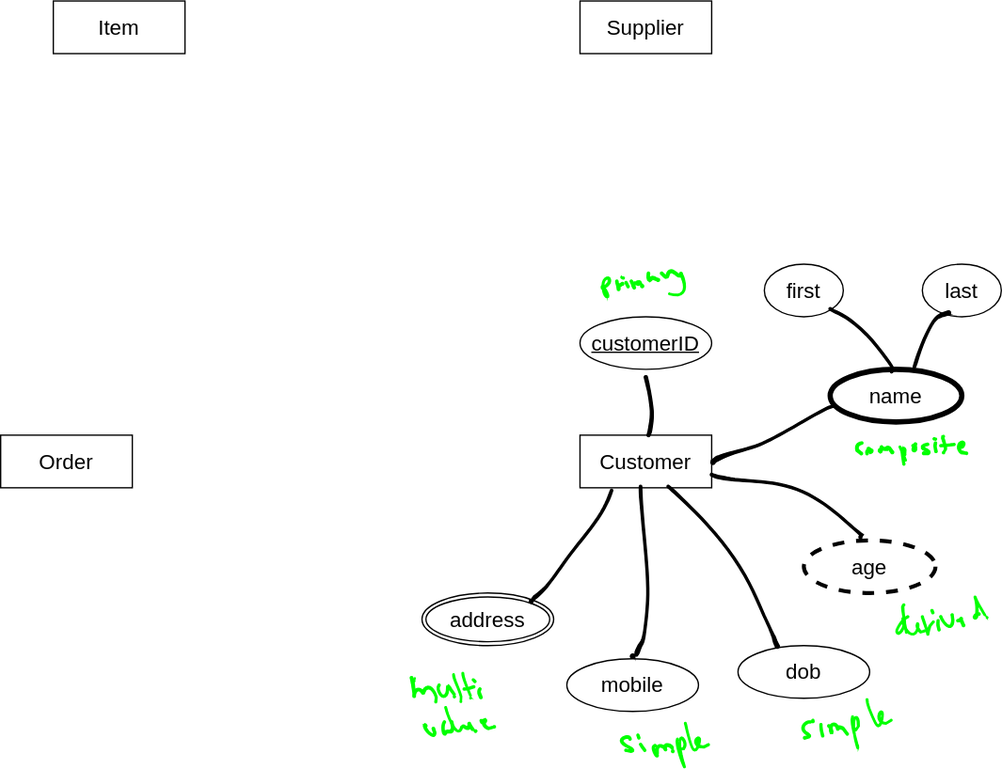
The draw.io diagram ERD Example.drawio.svg in usupun/Database_Managment_System-tutoril-, before a commit. Source tidied: cells renumbered, new cells last; positions are measured from the earlier drawing's top-left corner, leaving out a move shared by most shapes.
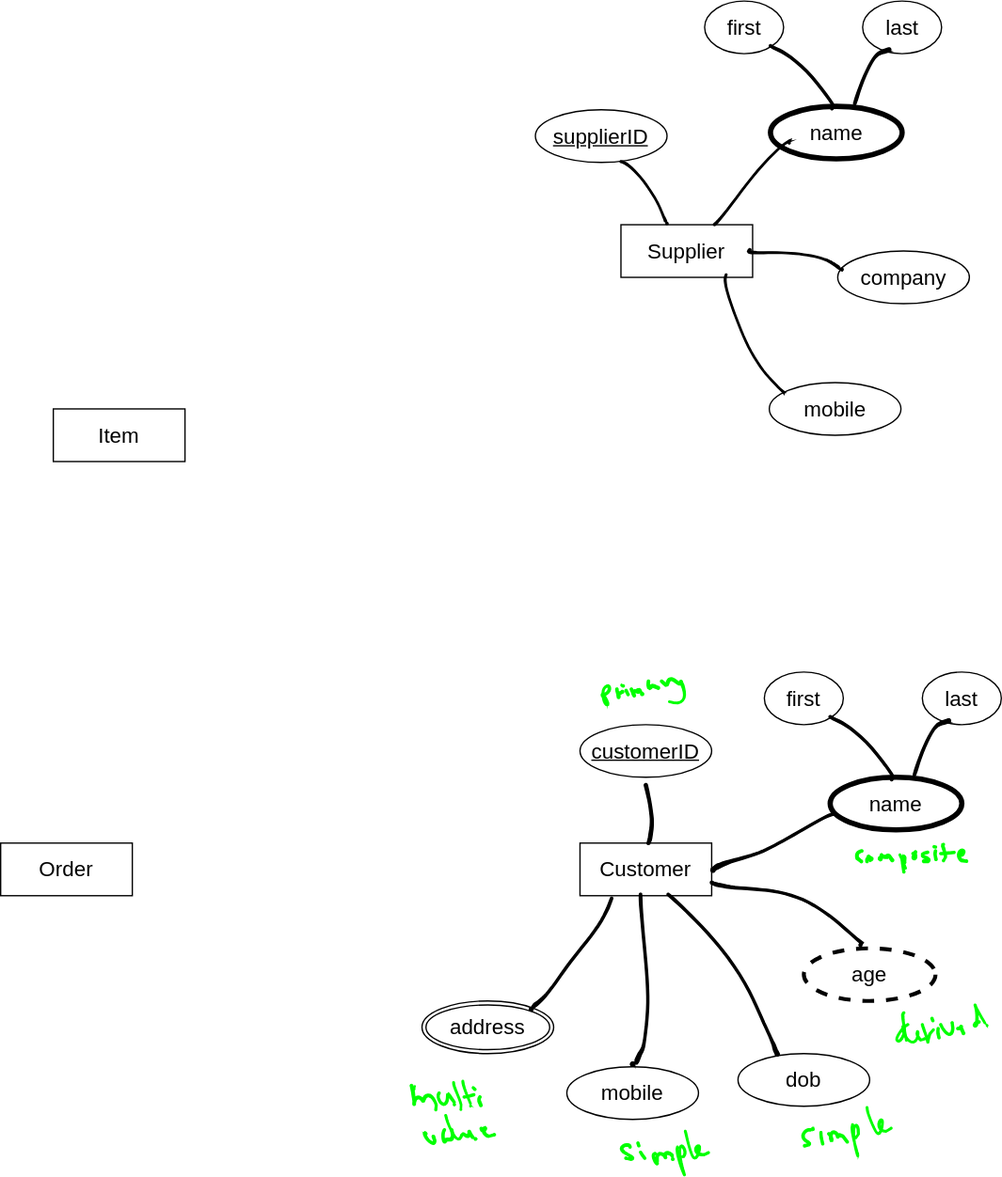
After the commit.

The edit, as a diff of the source:
```diff
@@ -6,7 +6,7 @@
       <mxGeometry x="40" width="100" height="40" as="geometry" />
     </mxCell>
     <mxCell id="3" value="Supplier" style="whiteSpace=wrap;html=1;align=center;fontSize=16;" parent="1" vertex="1">
-      <mxGeometry x="440" width="100" height="40" as="geometry" />
+      <mxGeometry x="471.1" y="-140" width="100" height="40" as="geometry" />
     </mxCell>
     <mxCell id="4" value="Order" style="whiteSpace=wrap;html=1;align=center;fontSize=16;" parent="1" vertex="1">
       <mxGeometry y="330" width="100" height="40" as="geometry" />
@@ -215,5 +215,41 @@
     <mxCell id="72" style="shape=(stored shape, 864 characters);lineShape=1;strokeColor=#00FF00;fontSize=16;" parent="1" vertex="1">
       <mxGeometry x="364.1" y="545.4" width="11.7" height="8.3" as="geometry" />
     </mxCell>
+    <mxCell id="73" value="name" style="ellipse;whiteSpace=wrap;html=1;align=center;fontSize=16;strokeWidth=4;" parent="1" vertex="1">
+      <mxGeometry x="584.6" y="-230" width="100" height="40" as="geometry" />
+    </mxCell>
+    <mxCell id="74" value="first" style="ellipse;whiteSpace=wrap;html=1;align=center;fontSize=16;" parent="1" vertex="1">
+      <mxGeometry x="534.6" y="-310" width="60" height="40" as="geometry" />
+    </mxCell>
+    <mxCell id="75" value="last" style="ellipse;whiteSpace=wrap;html=1;align=center;fontSize=16;" parent="1" vertex="1">
+      <mxGeometry x="654.6" y="-310" width="60" height="40" as="geometry" />
+    </mxCell>
+    <mxCell id="76" style="shape=(stored shape, 924 characters);lineShape=1;strokeColor=default;fontSize=16;" parent="1" vertex="1">
+      <mxGeometry x="583.8" y="-276.9" width="49.3" height="49.5" as="geometry" />
+    </mxCell>
+    <mxCell id="77" style="shape=(stored shape, 948 characters);lineShape=1;strokeColor=default;fontSize=16;" parent="1" vertex="1">
+      <mxGeometry x="647.7" y="-274.4" width="28.3" height="43.4" as="geometry" />
+    </mxCell>
+    <mxCell id="78" value="supplierID" style="ellipse;whiteSpace=wrap;html=1;align=center;fontStyle=4;fontSize=16;" parent="1" vertex="1">
+      <mxGeometry x="406.1" y="-227.4" width="100" height="40" as="geometry" />
+    </mxCell>
+    <mxCell id="79" value="company" style="ellipse;whiteSpace=wrap;html=1;align=center;fontSize=16;" parent="1" vertex="1">
+      <mxGeometry x="635.7" y="-120" width="100" height="40" as="geometry" />
+    </mxCell>
+    <mxCell id="80" value="mobile" style="ellipse;whiteSpace=wrap;html=1;align=center;fontSize=16;" parent="1" vertex="1">
+      <mxGeometry x="583.8" y="-20" width="100" height="40" as="geometry" />
+    </mxCell>
+    <mxCell id="81" style="shape=(stored shape, 1132 characters);lineShape=1;strokeColor=#000000;fontSize=16;" parent="1" vertex="1">
+      <mxGeometry x="541.4" y="-204.9" width="59.1" height="65.5" as="geometry" />
+    </mxCell>
+    <mxCell id="82" style="shape=(stored shape, 1096 characters);lineShape=1;strokeColor=#000000;fontSize=16;" parent="1" vertex="1">
+      <mxGeometry x="470.4" y="-188.6" width="36.5" height="48.5" as="geometry" />
+    </mxCell>
+    <mxCell id="83" style="shape=(stored shape, 1292 characters);lineShape=1;strokeColor=#000000;fontSize=16;" parent="1" vertex="1">
+      <mxGeometry x="567.2" y="-121.8" width="72.6" height="16.8" as="geometry" />
+    </mxCell>
+    <mxCell id="84" style="shape=(stored shape, 1264 characters);lineShape=1;strokeColor=#000000;fontSize=16;" parent="1" vertex="1">
+      <mxGeometry x="549.6" y="-102.6" width="46.4" height="91.2" as="geometry" />
+    </mxCell>
   </root>
 </mxGraphModel>
```
